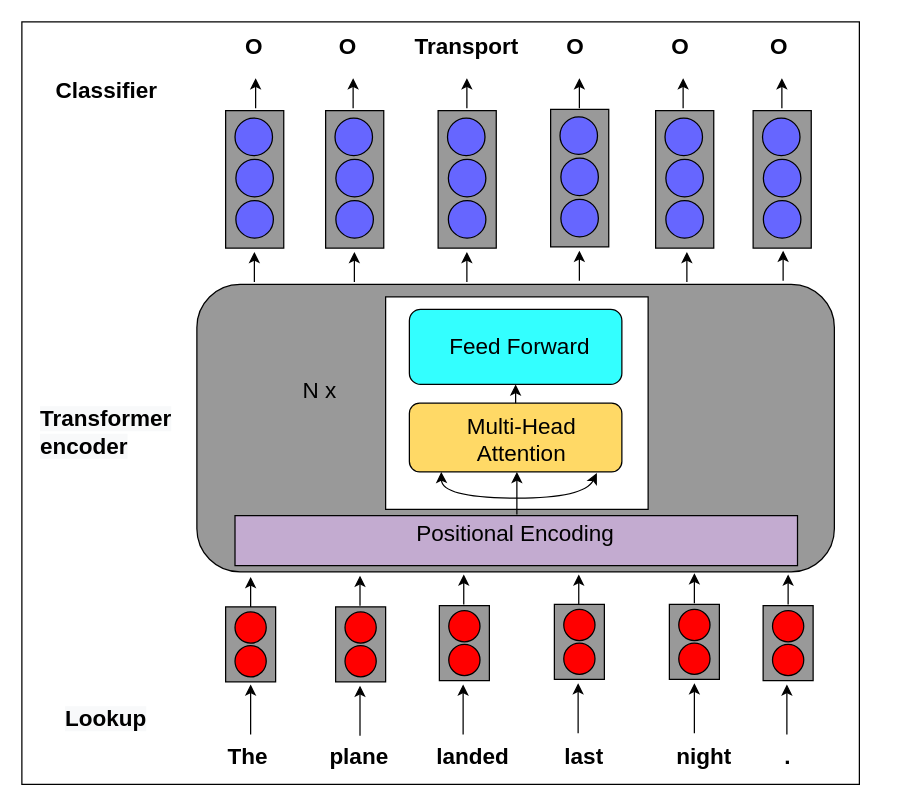
The draw.io diagram transformer network.drawio in gitofding/first_repository, before the edit. Source tidied: cells renumbered, new cells numbered last; positions are measured from the earlier drawing's top-left corner, leaving out a move shared by most shapes. Both pictures are drawn from the tidied source at 125%, with x=0, y=0 at pixel (21, 21).
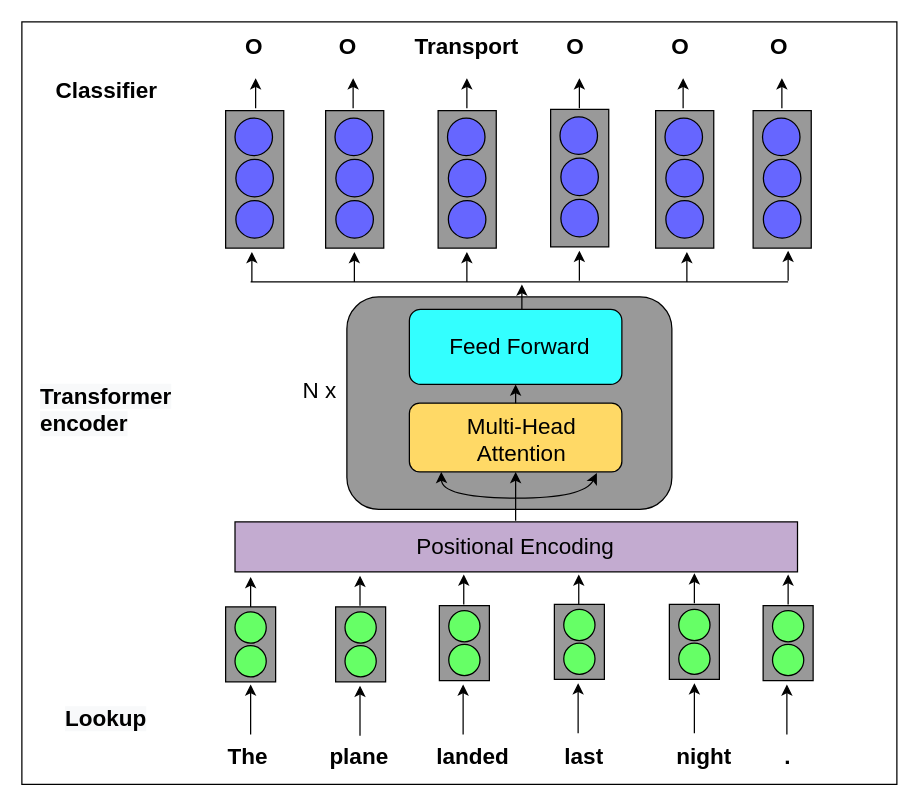
The same page after the edit.

The edit, as a diff of the source:
```diff
@@
     <mxCell id="2" style="rounded=1;whiteSpace=wrap;html=1;fillColor=#999999;" parent="1" vertex="1">
-      <mxGeometry x="140" y="210" width="510" height="230" as="geometry" />
+      <mxGeometry x="260" y="220" width="260" height="170" as="geometry" />
     </mxCell>
@@
-    <mxCell id="4" style="ellipse;whiteSpace=wrap;html=1;fillColor=#FF0000;" parent="1" vertex="1">
+    <mxCell id="4" style="ellipse;whiteSpace=wrap;html=1;fillColor=#66FF66;" parent="1" vertex="1">
       <mxGeometry x="170.5" y="499" width="25" height="25" as="geometry" />
     </mxCell>
-    <mxCell id="5" style="ellipse;whiteSpace=wrap;html=1;fillColor=#FF0000;" parent="1" vertex="1">
+    <mxCell id="5" style="ellipse;whiteSpace=wrap;html=1;fillColor=#66FF66;" parent="1" vertex="1">
       <mxGeometry x="170.5" y="472" width="25" height="25" as="geometry" />
     </mxCell>
@@
-    <mxCell id="31" style="ellipse;whiteSpace=wrap;html=1;fillColor=#FF0000;" parent="1" vertex="1">
+    <mxCell id="31" style="ellipse;whiteSpace=wrap;html=1;fillColor=#66FF66;" parent="1" vertex="1">
       <mxGeometry x="258.5" y="499" width="25" height="25" as="geometry" />
     </mxCell>
-    <mxCell id="32" style="ellipse;whiteSpace=wrap;html=1;fillColor=#FF0000;" parent="1" vertex="1">
+    <mxCell id="32" style="ellipse;whiteSpace=wrap;html=1;fillColor=#66FF66;" parent="1" vertex="1">
       <mxGeometry x="258.5" y="472" width="25" height="25" as="geometry" />
     </mxCell>
@@
-    <mxCell id="34" style="ellipse;whiteSpace=wrap;html=1;fillColor=#FF0000;" parent="1" vertex="1">
+    <mxCell id="34" style="ellipse;whiteSpace=wrap;html=1;fillColor=#66FF66;" parent="1" vertex="1">
       <mxGeometry x="341.5" y="498" width="25" height="25" as="geometry" />
     </mxCell>
-    <mxCell id="35" style="ellipse;whiteSpace=wrap;html=1;fillColor=#FF0000;" parent="1" vertex="1">
+    <mxCell id="35" style="ellipse;whiteSpace=wrap;html=1;fillColor=#66FF66;" parent="1" vertex="1">
       <mxGeometry x="341.5" y="471" width="25" height="25" as="geometry" />
     </mxCell>
@@
-    <mxCell id="37" style="ellipse;whiteSpace=wrap;html=1;fillColor=#FF0000;" parent="1" vertex="1">
+    <mxCell id="37" style="ellipse;whiteSpace=wrap;html=1;fillColor=#66FF66;" parent="1" vertex="1">
       <mxGeometry x="433.5" y="497" width="25" height="25" as="geometry" />
     </mxCell>
-    <mxCell id="38" style="ellipse;whiteSpace=wrap;html=1;fillColor=#FF0000;" parent="1" vertex="1">
+    <mxCell id="38" style="ellipse;whiteSpace=wrap;html=1;fillColor=#66FF66;" parent="1" vertex="1">
       <mxGeometry x="433.5" y="470" width="25" height="25" as="geometry" />
     </mxCell>
@@
-    <mxCell id="40" style="ellipse;whiteSpace=wrap;html=1;fillColor=#FF0000;" parent="1" vertex="1">
+    <mxCell id="40" style="ellipse;whiteSpace=wrap;html=1;fillColor=#66FF66;" parent="1" vertex="1">
       <mxGeometry x="525.5" y="497" width="25" height="25" as="geometry" />
     </mxCell>
-    <mxCell id="41" style="ellipse;whiteSpace=wrap;html=1;fillColor=#FF0000;" parent="1" vertex="1">
+    <mxCell id="41" style="ellipse;whiteSpace=wrap;html=1;fillColor=#66FF66;" parent="1" vertex="1">
       <mxGeometry x="525.5" y="470" width="25" height="25" as="geometry" />
     </mxCell>
@@
-    <mxCell id="43" style="ellipse;whiteSpace=wrap;html=1;fillColor=#FF0000;" parent="1" vertex="1">
+    <mxCell id="43" style="ellipse;whiteSpace=wrap;html=1;fillColor=#66FF66;" parent="1" vertex="1">
       <mxGeometry x="600.5" y="498" width="25" height="25" as="geometry" />
     </mxCell>
-    <mxCell id="44" style="ellipse;whiteSpace=wrap;html=1;fillColor=#FF0000;" parent="1" vertex="1">
+    <mxCell id="44" style="ellipse;whiteSpace=wrap;html=1;fillColor=#66FF66;" parent="1" vertex="1">
       <mxGeometry x="600.5" y="471" width="25" height="25" as="geometry" />
     </mxCell>
@@
     <mxCell id="52" style="endArrow=classic;html=1;" parent="1" edge="1">
       <mxGeometry relative="1" as="geometry">
-        <mxPoint x="186" y="208" as="sourcePoint" />
-        <mxPoint x="186" y="184" as="targetPoint" />
+        <mxPoint x="184" y="208" as="sourcePoint" />
+        <mxPoint x="184" y="184" as="targetPoint" />
       </mxGeometry>
     </mxCell>
@@
     <mxCell id="57" style="endArrow=classic;html=1;" parent="1" edge="1">
       <mxGeometry relative="1" as="geometry">
-        <mxPoint x="609" y="207" as="sourcePoint" />
-        <mxPoint x="609" y="183" as="targetPoint" />
+        <mxPoint x="613" y="207" as="sourcePoint" />
+        <mxPoint x="613" y="183" as="targetPoint" />
       </mxGeometry>
     </mxCell>
@@
     <mxCell id="70" value="&lt;b style=&quot;color: rgb(0 , 0 , 0) ; font-family: &amp;#34;helvetica&amp;#34; ; font-size: 18px ; font-style: normal ; letter-spacing: normal ; text-align: center ; text-indent: 0px ; text-transform: none ; word-spacing: 0px ; background-color: rgb(248 , 249 , 250)&quot;&gt;Transformer encoder&lt;/b&gt;" style="text;whiteSpace=wrap;html=1;" parent="1" vertex="1">
-      <mxGeometry x="13" y="301.2" width="110" height="62.5" as="geometry" />
+      <mxGeometry x="13" y="282.5" width="110" height="62.5" as="geometry" />
     </mxCell>
@@
     <mxCell id="84" style="rounded=0;whiteSpace=wrap;html=1;fillColor=#C3ABD0;" parent="1" vertex="1">
-      <mxGeometry x="170.5" y="395" width="450" height="40" as="geometry" />
+      <mxGeometry x="170.5" y="400" width="450" height="40" as="geometry" />
     </mxCell>
     <mxCell id="85" value="&lt;font style=&quot;font-size: 18px&quot;&gt;Positional Encoding&lt;/font&gt;" style="text;html=1;strokeColor=none;fillColor=none;align=center;verticalAlign=middle;whiteSpace=wrap;rounded=0;" parent="1" vertex="1">
-      <mxGeometry x="280" y="400" width="230" height="20" as="geometry" />
+      <mxGeometry x="280" y="410" width="230" height="20" as="geometry" />
     </mxCell>
-    <mxCell id="86" style="rounded=0;whiteSpace=wrap;html=1;" parent="1" vertex="1">
-      <mxGeometry x="291" y="220" width="210" height="170" as="geometry" />
-    </mxCell>
@@
-    <mxCell id="93" style="endArrow=classic;html=1;" parent="1" edge="1">
-      <mxGeometry relative="1" as="geometry">
-        <mxPoint x="396" y="394" as="sourcePoint" />
-        <mxPoint x="396" y="360" as="targetPoint" />
-      </mxGeometry>
-    </mxCell>
@@
     <mxCell id="96" style="rounded=0;whiteSpace=wrap;html=1;fillColor=none;" parent="1" vertex="1">
-      <mxGeometry width="670" height="610" as="geometry" />
+      <mxGeometry width="700" height="610" as="geometry" />
     </mxCell>
+    <mxCell id="97" style="endArrow=classic;html=1;" parent="1" edge="1">
+      <mxGeometry relative="1" as="geometry">
+        <mxPoint x="395" y="399" as="sourcePoint" />
+        <mxPoint x="395" y="360" as="targetPoint" />
+      </mxGeometry>
+    </mxCell>
+    <mxCell id="98" style="endArrow=none;html=1;" parent="1" edge="1">
+      <mxGeometry relative="1" as="geometry">
+        <mxPoint x="183" y="208" as="sourcePoint" />
+        <mxPoint x="613" y="208" as="targetPoint" />
+      </mxGeometry>
+    </mxCell>
+    <mxCell id="99" style="endArrow=classic;html=1;" parent="1" edge="1">
+      <mxGeometry relative="1" as="geometry">
+        <mxPoint x="400" y="230" as="sourcePoint" />
+        <mxPoint x="400" y="210" as="targetPoint" />
+      </mxGeometry>
+    </mxCell>
```
